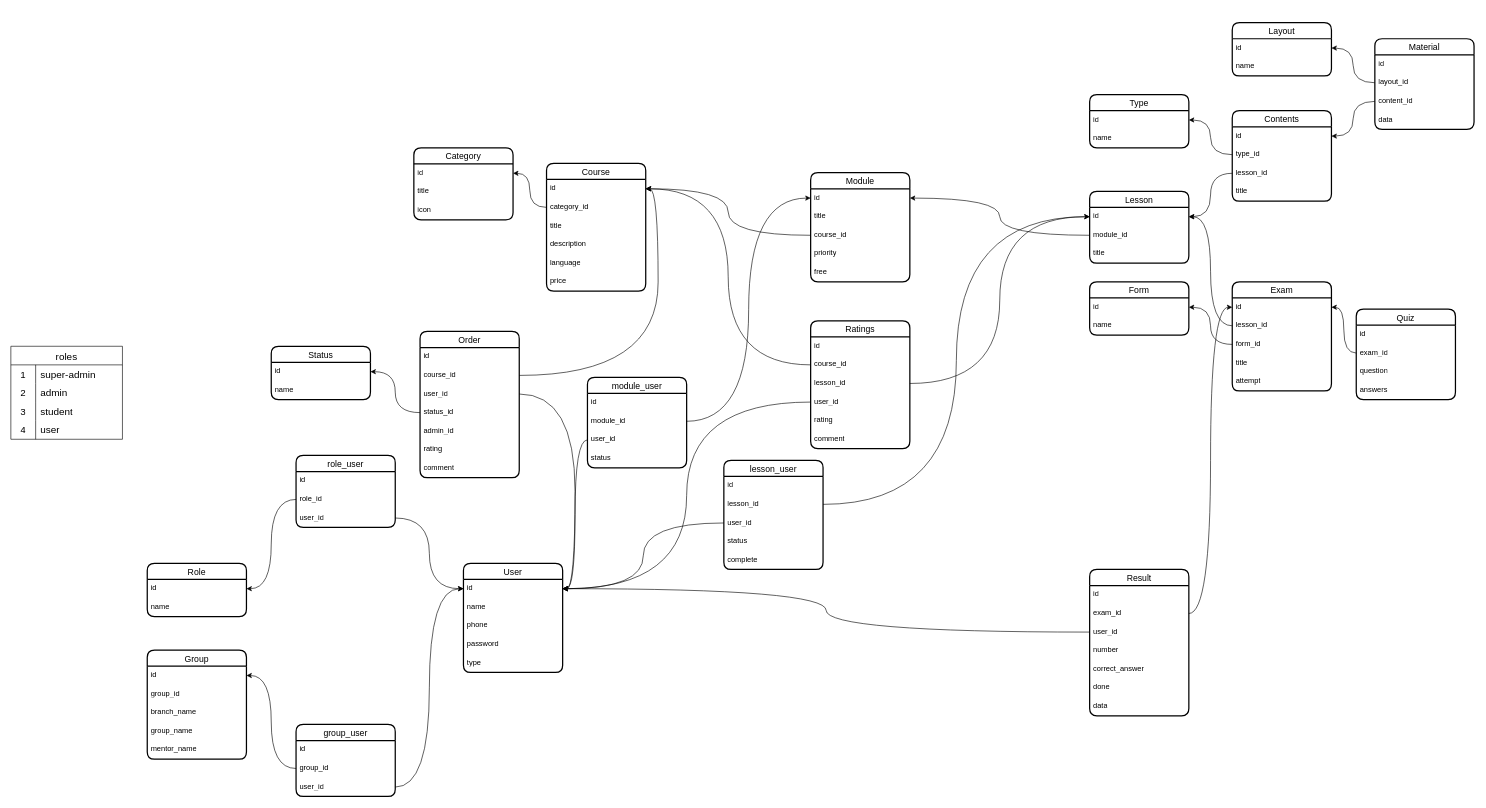
iztileuoff/databases keeps this draw.io diagram as newaction.drawio. Above is the earlier version. Source tidied: cells renumbered, new cells numbered last; positions are measured from the earlier drawing's top-left corner, leaving out a move shared by most shapes. Both pictures are drawn from the tidied source at 62%, with x=0, y=0 at pixel (11, 22).
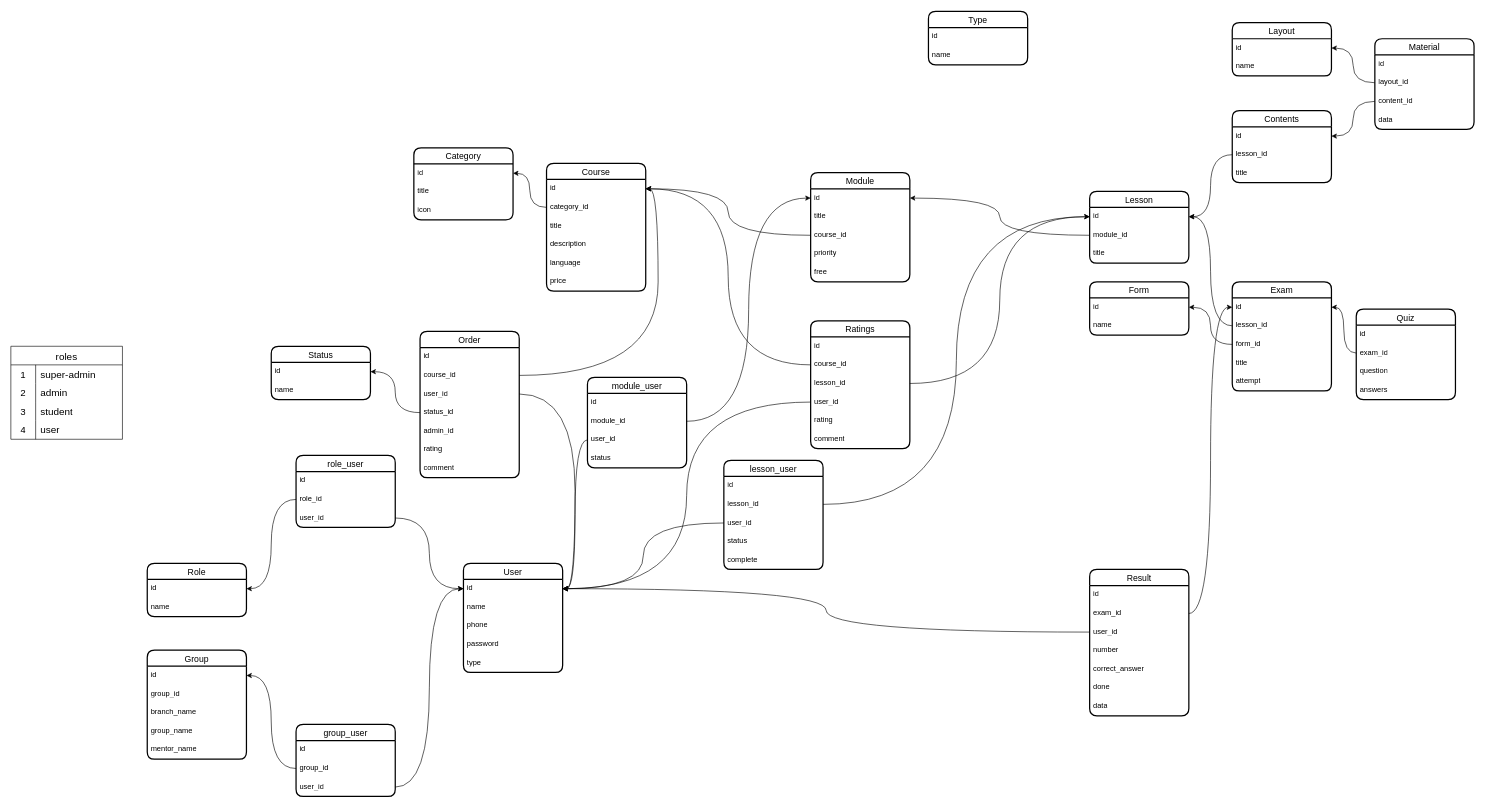
After the change.

Unchanged cells that the change refers to:
```xml
<mxCell id="139" value="id" style="text;strokeColor=none;fillColor=none;spacingLeft=4;spacingRight=4;overflow=hidden;points=[[0,0.5],[1,0.5]];portConstraint=eastwest;fontSize=12;whiteSpace=wrap;html=1;" parent="138" vertex="1">
  <mxGeometry y="26" width="160" height="30" as="geometry" />
</mxCell>
```

Diff of the diagram source:
```diff
@@
     <mxCell id="108" value="Contents" style="swimlane;fontStyle=0;horizontal=1;startSize=26;align=center;fontSize=14;strokeWidth=2;rounded=1;shadow=0;glass=0;swimlaneLine=1;" parent="1" vertex="1">
-      <mxGeometry x="1970" y="142" width="160" height="146" as="geometry" />
+      <mxGeometry x="1970" y="142" width="160" height="116" as="geometry" />
     </mxCell>
@@
-    <mxCell id="110" value="type_id" style="text;strokeColor=none;fillColor=none;spacingLeft=4;spacingRight=4;overflow=hidden;points=[[0,0.5],[1,0.5]];portConstraint=eastwest;fontSize=12;whiteSpace=wrap;html=1;" parent="108" vertex="1">
-      <mxGeometry y="56" width="160" height="30" as="geometry" />
-    </mxCell>
     <mxCell id="111" value="lesson_id" style="text;strokeColor=none;fillColor=none;spacingLeft=4;spacingRight=4;overflow=hidden;points=[[0,0.5],[1,0.5]];portConstraint=eastwest;fontSize=12;whiteSpace=wrap;html=1;" parent="108" vertex="1">
-      <mxGeometry y="86" width="160" height="30" as="geometry" />
+      <mxGeometry y="56" width="160" height="30" as="geometry" />
     </mxCell>
     <mxCell id="112" value="title" style="text;strokeColor=none;fillColor=none;spacingLeft=4;spacingRight=4;overflow=hidden;fontSize=12;whiteSpace=wrap;html=1;" parent="108" vertex="1">
-      <mxGeometry y="116" width="160" height="30" as="geometry" />
+      <mxGeometry y="86" width="160" height="30" as="geometry" />
     </mxCell>
@@
     <mxCell id="138" value="Type" style="swimlane;fontStyle=0;horizontal=1;startSize=26;align=center;fontSize=14;strokeWidth=2;rounded=1;shadow=0;glass=0;swimlaneLine=1;" parent="1" vertex="1">
-      <mxGeometry x="1740" y="116" width="160" height="86" as="geometry" />
+      <mxGeometry x="1480" y="-18" width="160" height="86" as="geometry" />
     </mxCell>
@@
-    <mxCell id="141" style="rounded=0;jettySize=auto;html=1;entryX=1;entryY=0.5;entryDx=0;entryDy=0;edgeStyle=orthogonalEdgeStyle;curved=1;" parent="1" edge="1" source="110" target="139">
-      <mxGeometry relative="1" as="geometry" />
-    </mxCell>
```
